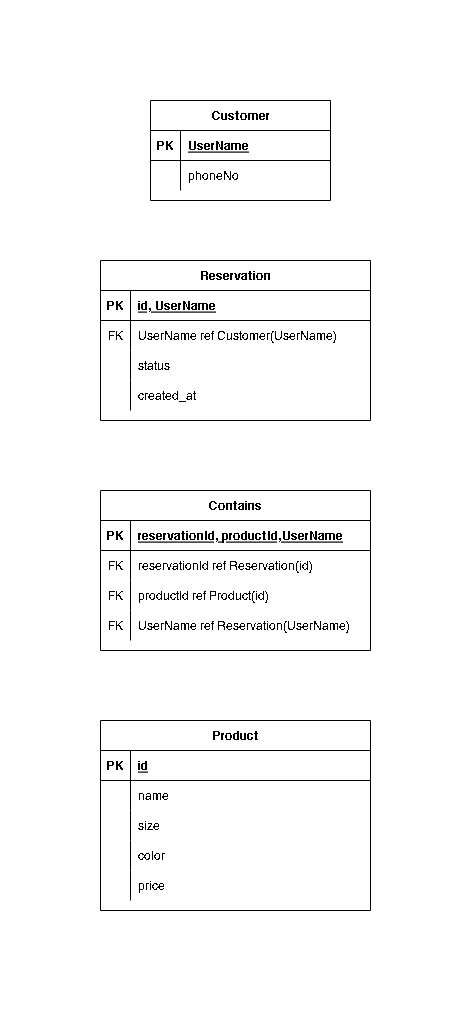
Earlier version of the draw.io export Attachments/Mapping.drawio.png (darkogoluza/SEP2). Source tidied: cells renumbered, new cells last; positions are measured from the earlier drawing's top-left corner, leaving out a move shared by most shapes.
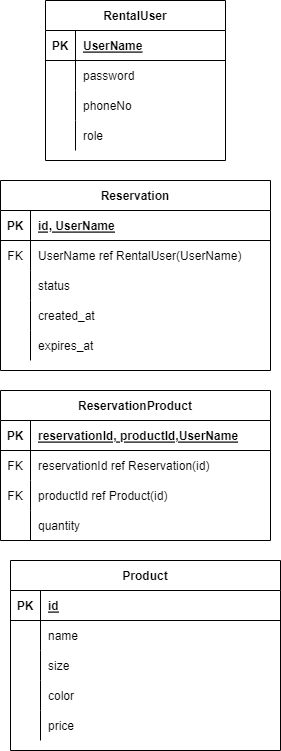
Above is the later version.

The edit, as a diff of the source:
```diff
@@ -2,8 +2,8 @@
   <root>
     <mxCell id="0" />
     <mxCell id="1" parent="0" />
-    <mxCell id="2" value="Customer" style="shape=table;startSize=30;rowLines=0;fontStyle=1;align=center;" parent="1" vertex="1">
-      <mxGeometry x="50" width="180" height="100" as="geometry" />
+    <mxCell id="2" value="RentalUser" style="shape=table;startSize=30;rowLines=0;fontStyle=1;align=center;" parent="1" vertex="1">
+      <mxGeometry x="35" y="170" width="180" height="160" as="geometry" />
     </mxCell>
     <mxCell id="3" style="shape=tableRow;horizontal=0;startSize=0;swimlaneHead=0;swimlaneBody=0;fillColor=none;top=0;left=0;right=0;bottom=1;" parent="2" vertex="1">
       <mxGeometry y="30" width="180" height="30" as="geometry" />
@@ -20,11 +20,29 @@
     <mxCell id="7" style="shape=partialRectangle;fillColor=none;top=0;left=0;bottom=0;right=0;overflow=hidden;" parent="6" vertex="1">
       <mxGeometry width="30" height="30" as="geometry" />
     </mxCell>
-    <mxCell id="8" value="phoneNo" style="shape=partialRectangle;fillColor=none;top=0;left=0;bottom=0;right=0;align=left;spacingLeft=6;overflow=hidden;" parent="6" vertex="1">
+    <mxCell id="8" value="password" style="shape=partialRectangle;fillColor=none;top=0;left=0;bottom=0;right=0;align=left;spacingLeft=6;overflow=hidden;" parent="6" vertex="1">
       <mxGeometry x="30" width="150" height="30" as="geometry" />
     </mxCell>
+    <mxCell id="51" style="shape=tableRow;horizontal=0;startSize=0;swimlaneHead=0;swimlaneBody=0;fillColor=none;top=0;left=0;right=0;bottom=0;" parent="2" vertex="1">
+      <mxGeometry y="90" width="180" height="30" as="geometry" />
+    </mxCell>
+    <mxCell id="52" style="shape=partialRectangle;fillColor=none;top=0;left=0;bottom=0;right=0;overflow=hidden;" parent="51" vertex="1">
+      <mxGeometry width="30" height="30" as="geometry" />
+    </mxCell>
+    <mxCell id="53" value="phoneNo" style="shape=partialRectangle;fillColor=none;top=0;left=0;bottom=0;right=0;align=left;spacingLeft=6;overflow=hidden;" parent="51" vertex="1">
+      <mxGeometry x="30" width="150" height="30" as="geometry" />
+    </mxCell>
+    <mxCell id="54" style="shape=tableRow;horizontal=0;startSize=0;swimlaneHead=0;swimlaneBody=0;fillColor=none;top=0;left=0;right=0;bottom=0;" parent="2" vertex="1">
+      <mxGeometry y="120" width="180" height="30" as="geometry" />
+    </mxCell>
+    <mxCell id="55" style="shape=partialRectangle;fillColor=none;top=0;left=0;bottom=0;right=0;overflow=hidden;" parent="54" vertex="1">
+      <mxGeometry width="30" height="30" as="geometry" />
+    </mxCell>
+    <mxCell id="56" value="role" style="shape=partialRectangle;fillColor=none;top=0;left=0;bottom=0;right=0;align=left;spacingLeft=6;overflow=hidden;" parent="54" vertex="1">
+      <mxGeometry x="30" width="150" height="30" as="geometry" />
+    </mxCell>
     <mxCell id="9" value="Reservation" style="shape=table;startSize=30;rowLines=0;fontStyle=1;align=center;" parent="1" vertex="1">
-      <mxGeometry y="160" width="270" height="160" as="geometry" />
+      <mxGeometry x="-10" y="350" width="270" height="190" as="geometry" />
     </mxCell>
     <mxCell id="10" style="shape=tableRow;horizontal=0;startSize=0;swimlaneHead=0;swimlaneBody=0;fillColor=none;top=0;left=0;right=0;bottom=1;" parent="9" vertex="1">
       <mxGeometry y="30" width="270" height="30" as="geometry" />
@@ -41,7 +59,7 @@
     <mxCell id="14" value="FK" style="shape=partialRectangle;fillColor=none;top=0;left=0;bottom=0;right=0;overflow=hidden;" parent="13" vertex="1">
       <mxGeometry width="30" height="30" as="geometry" />
     </mxCell>
-    <mxCell id="15" value="UserName ref Customer(UserName)" style="shape=partialRectangle;fillColor=none;top=0;left=0;bottom=0;right=0;align=left;spacingLeft=6;overflow=hidden;" parent="13" vertex="1">
+    <mxCell id="15" value="UserName ref RentalUser(UserName)" style="shape=partialRectangle;fillColor=none;top=0;left=0;bottom=0;right=0;align=left;spacingLeft=6;overflow=hidden;" parent="13" vertex="1">
       <mxGeometry x="30" width="240" height="30" as="geometry" />
     </mxCell>
     <mxCell id="16" style="shape=tableRow;horizontal=0;startSize=0;swimlaneHead=0;swimlaneBody=0;fillColor=none;top=0;left=0;right=0;bottom=0;" parent="9" vertex="1">
@@ -62,8 +80,17 @@
     <mxCell id="21" value="created_at" style="shape=partialRectangle;fillColor=none;top=0;left=0;bottom=0;right=0;align=left;spacingLeft=6;overflow=hidden;" parent="19" vertex="1">
       <mxGeometry x="30" width="240" height="30" as="geometry" />
     </mxCell>
+    <mxCell id="57" style="shape=tableRow;horizontal=0;startSize=0;swimlaneHead=0;swimlaneBody=0;fillColor=none;top=0;left=0;right=0;bottom=0;" parent="9" vertex="1">
+      <mxGeometry y="150" width="270" height="30" as="geometry" />
+    </mxCell>
+    <mxCell id="58" style="shape=partialRectangle;fillColor=none;top=0;left=0;bottom=0;right=0;overflow=hidden;" parent="57" vertex="1">
+      <mxGeometry width="30" height="30" as="geometry" />
+    </mxCell>
+    <mxCell id="59" value="expires_at" style="shape=partialRectangle;fillColor=none;top=0;left=0;bottom=0;right=0;align=left;spacingLeft=6;overflow=hidden;" parent="57" vertex="1">
+      <mxGeometry x="30" width="240" height="30" as="geometry" />
+    </mxCell>
     <mxCell id="22" value="Product" style="shape=table;startSize=30;rowLines=0;fontStyle=1;align=center;" parent="1" vertex="1">
-      <mxGeometry y="620" width="270" height="190" as="geometry" />
+      <mxGeometry y="730" width="270" height="190" as="geometry" />
     </mxCell>
     <mxCell id="23" style="shape=tableRow;horizontal=0;startSize=0;swimlaneHead=0;swimlaneBody=0;fillColor=none;top=0;left=0;right=0;bottom=1;" parent="22" vertex="1">
       <mxGeometry y="30" width="270" height="30" as="geometry" />
@@ -110,8 +137,8 @@
     <mxCell id="37" value="price" style="shape=partialRectangle;fillColor=none;top=0;left=0;bottom=0;right=0;align=left;spacingLeft=6;overflow=hidden;" parent="35" vertex="1">
       <mxGeometry x="30" width="240" height="30" as="geometry" />
     </mxCell>
-    <mxCell id="38" value="Contains" style="shape=table;startSize=30;rowLines=0;fontStyle=1;align=center;" parent="1" vertex="1">
-      <mxGeometry y="390" width="270" height="160" as="geometry" />
+    <mxCell id="38" value="ReservationProduct" style="shape=table;startSize=30;rowLines=0;fontStyle=1;align=center;" parent="1" vertex="1">
+      <mxGeometry x="-10" y="560" width="270" height="150" as="geometry" />
     </mxCell>
     <mxCell id="39" style="shape=tableRow;horizontal=0;startSize=0;swimlaneHead=0;swimlaneBody=0;fillColor=none;top=0;left=0;right=0;bottom=1;" parent="38" vertex="1">
       <mxGeometry y="30" width="270" height="30" as="geometry" />
@@ -143,11 +170,11 @@
     <mxCell id="48" style="shape=tableRow;horizontal=0;startSize=0;swimlaneHead=0;swimlaneBody=0;fillColor=none;top=0;left=0;right=0;bottom=0;" parent="38" vertex="1">
       <mxGeometry y="120" width="270" height="30" as="geometry" />
     </mxCell>
-    <mxCell id="49" value="FK" style="shape=partialRectangle;fillColor=none;top=0;left=0;bottom=0;right=0;overflow=hidden;" parent="48" vertex="1">
-      <mxGeometry width="30" height="30" as="geometry" />
-    </mxCell>
-    <mxCell id="50" value="UserName ref Reservation(UserName)" style="shape=partialRectangle;fillColor=none;top=0;left=0;bottom=0;right=0;align=left;spacingLeft=6;overflow=hidden;" parent="48" vertex="1">
-      <mxGeometry x="30" width="240" height="30" as="geometry" />
-    </mxCell>
+    <mxCell id="60" style="shape=partialRectangle;fillColor=none;top=0;left=0;bottom=0;right=0;overflow=hidden;" parent="48" vertex="1">
+      <mxGeometry width="30" height="30" as="geometry" />
+    </mxCell>
+    <mxCell id="61" value="quantity" style="shape=partialRectangle;fillColor=none;top=0;left=0;bottom=0;right=0;align=left;spacingLeft=6;overflow=hidden;" parent="48" vertex="1">
+      <mxGeometry x="30" width="240" height="30" as="geometry" />
+    </mxCell>
   </root>
 </mxGraphModel>
```
